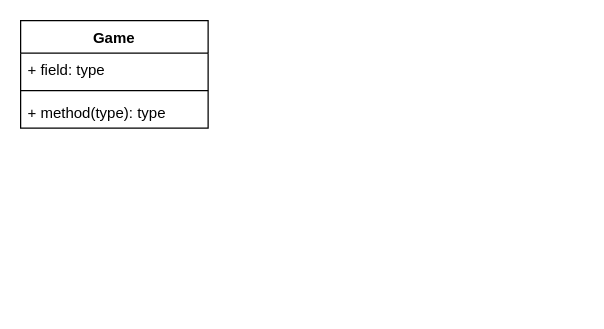
The draw.io diagram page "UML" (2 of 2) of Arduino/mainLoop.drawio in jtsang02/leetChess, before the edit. Source tidied: cells renumbered, new cells numbered last; positions are measured from the earlier drawing's top-left corner, leaving out a move shared by most shapes. Both pictures are drawn from the tidied source at 125%, with x=0, y=0 at pixel (20, 20).
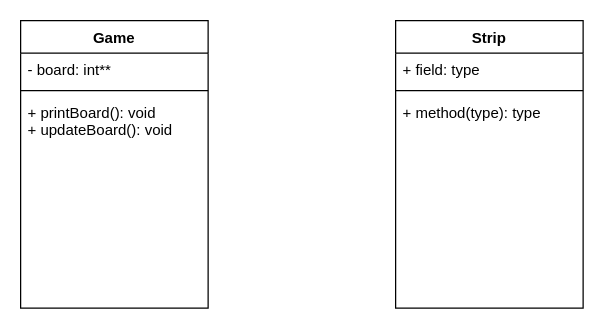
Above is the later version.

Change to the diagram source:
```diff
@@
 <mxGraphModel>
   <root>
     <mxCell id="0" />
     <mxCell id="1" parent="0" />
     <mxCell id="2" value="Game" style="swimlane;fontStyle=1;align=center;verticalAlign=top;horizontal=1;startSize=26;" parent="1" vertex="1">
-      <mxGeometry width="150" height="86" as="geometry" />
+      <mxGeometry width="150" height="230" as="geometry" />
     </mxCell>
-    <mxCell id="3" value="+ field: type" style="text;strokeColor=none;fillColor=none;align=left;verticalAlign=top;spacingLeft=4;spacingRight=4;overflow=hidden;" parent="2" vertex="1">
+    <mxCell id="3" value="- board: int**" style="text;strokeColor=none;fillColor=none;align=left;verticalAlign=top;spacingLeft=4;spacingRight=4;overflow=hidden;" parent="2" vertex="1">
       <mxGeometry y="26" width="150" height="26" as="geometry" />
     </mxCell>
     <mxCell id="4" style="line;strokeWidth=1;fillColor=none;align=left;verticalAlign=middle;spacingTop=-1;spacingLeft=3;spacingRight=3;labelPosition=right;strokeColor=inherit;" parent="2" vertex="1">
       <mxGeometry y="52" width="150" height="8" as="geometry" />
     </mxCell>
-    <mxCell id="5" value="+ method(type): type" style="text;strokeColor=none;fillColor=none;align=left;verticalAlign=top;spacingLeft=4;spacingRight=4;overflow=hidden;" parent="2" vertex="1">
-      <mxGeometry y="60" width="150" height="26" as="geometry" />
+    <mxCell id="5" value="+ printBoard(): void&#10;+ updateBoard(): void&#10;" style="text;strokeColor=none;fillColor=none;align=left;verticalAlign=top;spacingLeft=4;spacingRight=4;overflow=hidden;" parent="2" vertex="1">
+      <mxGeometry y="60" width="150" height="170" as="geometry" />
     </mxCell>
+    <mxCell id="6" value="Strip" style="swimlane;fontStyle=1;align=center;verticalAlign=top;horizontal=1;startSize=26;" parent="1" vertex="1">
+      <mxGeometry x="300" width="150" height="230" as="geometry" />
+    </mxCell>
+    <mxCell id="7" value="+ field: type" style="text;strokeColor=none;fillColor=none;align=left;verticalAlign=top;spacingLeft=4;spacingRight=4;overflow=hidden;" parent="6" vertex="1">
+      <mxGeometry y="26" width="150" height="26" as="geometry" />
+    </mxCell>
+    <mxCell id="8" style="line;strokeWidth=1;fillColor=none;align=left;verticalAlign=middle;spacingTop=-1;spacingLeft=3;spacingRight=3;labelPosition=right;strokeColor=inherit;" parent="6" vertex="1">
+      <mxGeometry y="52" width="150" height="8" as="geometry" />
+    </mxCell>
+    <mxCell id="9" value="+ method(type): type" style="text;strokeColor=none;fillColor=none;align=left;verticalAlign=top;spacingLeft=4;spacingRight=4;overflow=hidden;" parent="6" vertex="1">
+      <mxGeometry y="60" width="150" height="170" as="geometry" />
+    </mxCell>
   </root>
 </mxGraphModel>
```
